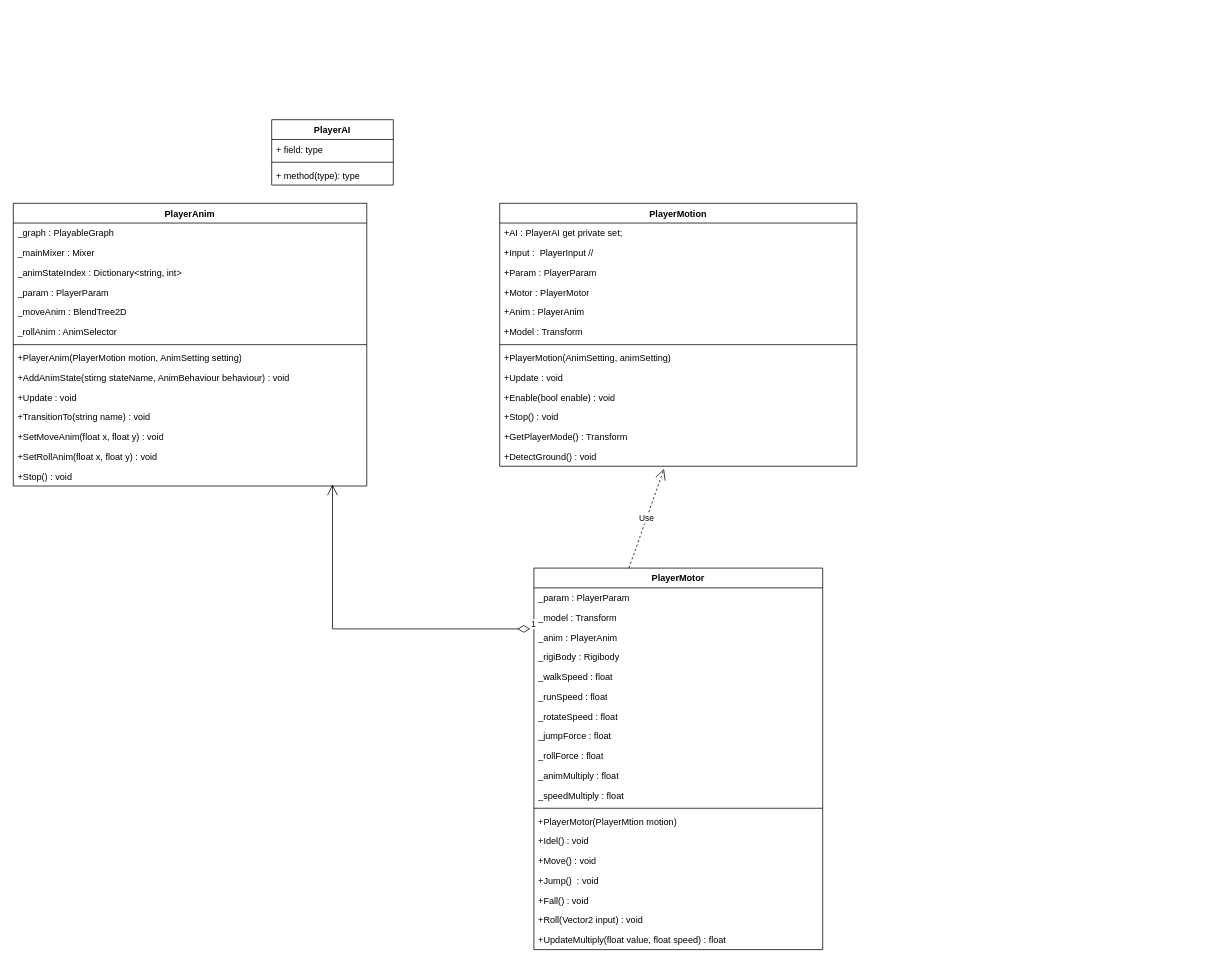
QAQSly/QAQSly keeps this draw.io diagram as Motion.drawio. Above is the earlier version. Source tidied: cells renumbered, new cells numbered last; positions are measured from the earlier drawing's top-left corner, leaving out a move shared by most shapes. Both pictures are drawn from the tidied source at 76%, with x=0, y=0 at pixel (13, 119).
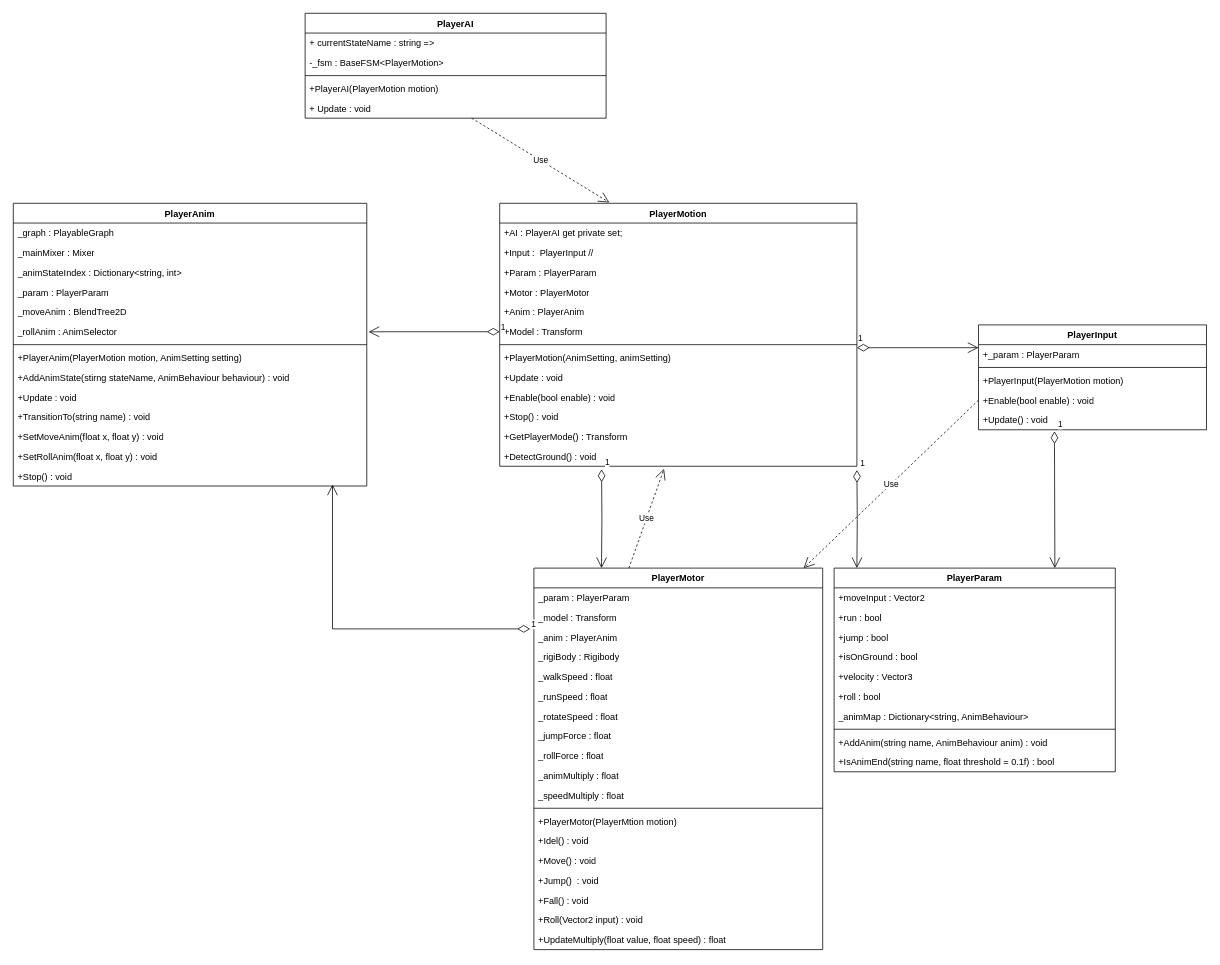
After the change.

Unchanged cells that the change refers to:
```xml
<mxCell id="8" value="_rollAnim : AnimSelector" style="text;strokeColor=none;fillColor=none;align=left;verticalAlign=top;spacingLeft=4;spacingRight=4;overflow=hidden;points=[[0,0.5],[1,0.5]];portConstraint=eastwest;whiteSpace=wrap;html=1;" parent="2" vertex="1">
  <mxGeometry y="156" width="465.1" height="26" as="geometry" />
</mxCell>
<mxCell id="21" value="PlayerMotion" style="swimlane;fontStyle=1;align=center;verticalAlign=top;horizontal=1;startSize=26;whiteSpace=wrap;html=1;" parent="1" vertex="1">
  <mxGeometry x="640" y="110" width="470" height="346" as="geometry" />
</mxCell>
<mxCell id="27" value="+Model : Transform" style="text;strokeColor=none;fillColor=none;align=left;verticalAlign=top;spacingLeft=4;spacingRight=4;overflow=hidden;points=[[0,0.5],[1,0.5]];portConstraint=eastwest;whiteSpace=wrap;html=1;" parent="21" vertex="1">
  <mxGeometry y="156" width="470" height="26" as="geometry" />
</mxCell>
<mxCell id="35" value="PlayerMotor" style="swimlane;fontStyle=1;align=center;verticalAlign=top;horizontal=1;startSize=26;whiteSpace=wrap;html=1;" parent="1" vertex="1">
  <mxGeometry x="685" y="590" width="380" height="502" as="geometry" />
</mxCell>
```

What changed in the source:
```diff
@@
     <mxCell id="17" value="PlayerAI" style="swimlane;fontStyle=1;align=center;verticalAlign=top;horizontal=1;startSize=26;whiteSpace=wrap;html=1;" parent="1" vertex="1">
-      <mxGeometry x="340" width="160" height="86" as="geometry" />
+      <mxGeometry x="384" y="-140" width="396" height="138" as="geometry" />
     </mxCell>
-    <mxCell id="18" value="+ field: type" style="text;strokeColor=none;fillColor=none;align=left;verticalAlign=top;spacingLeft=4;spacingRight=4;overflow=hidden;whiteSpace=wrap;html=1;" parent="17" vertex="1">
-      <mxGeometry y="26" width="160" height="26" as="geometry" />
+    <mxCell id="18" value="+ currentStateName : string =&amp;gt;" style="text;strokeColor=none;fillColor=none;align=left;verticalAlign=top;spacingLeft=4;spacingRight=4;overflow=hidden;whiteSpace=wrap;html=1;" parent="17" vertex="1">
+      <mxGeometry y="26" width="396" height="26" as="geometry" />
     </mxCell>
+    <mxCell id="57" value="-_fsm : BaseFSM&amp;lt;PlayerMotion&amp;gt;" style="text;strokeColor=none;fillColor=none;align=left;verticalAlign=top;spacingLeft=4;spacingRight=4;overflow=hidden;whiteSpace=wrap;html=1;" parent="17" vertex="1">
+      <mxGeometry y="52" width="396" height="26" as="geometry" />
+    </mxCell>
     <mxCell id="19" style="line;strokeWidth=1;fillColor=none;align=left;verticalAlign=middle;spacingTop=-1;spacingLeft=3;spacingRight=3;labelPosition=right;strokeColor=inherit;" parent="17" vertex="1">
-      <mxGeometry y="52" width="160" height="8" as="geometry" />
+      <mxGeometry y="78" width="396" height="8" as="geometry" />
     </mxCell>
-    <mxCell id="20" value="+ method(type): type" style="text;strokeColor=none;fillColor=none;align=left;verticalAlign=top;spacingLeft=4;spacingRight=4;overflow=hidden;whiteSpace=wrap;html=1;" parent="17" vertex="1">
-      <mxGeometry y="60" width="160" height="26" as="geometry" />
+    <mxCell id="20" value="+PlayerAI(PlayerMotion motion)" style="text;strokeColor=none;fillColor=none;align=left;verticalAlign=top;spacingLeft=4;spacingRight=4;overflow=hidden;whiteSpace=wrap;html=1;" parent="17" vertex="1">
+      <mxGeometry y="86" width="396" height="26" as="geometry" />
     </mxCell>
+    <mxCell id="58" value="+ Update : void" style="text;strokeColor=none;fillColor=none;align=left;verticalAlign=top;spacingLeft=4;spacingRight=4;overflow=hidden;points=[[0,0.5],[1,0.5]];portConstraint=eastwest;whiteSpace=wrap;html=1;" parent="17" vertex="1">
+      <mxGeometry y="112" width="396" height="26" as="geometry" />
+    </mxCell>
@@
+    <mxCell id="59" value="Use" style="endArrow=open;endSize=12;dashed=1;html=1;rounded=0;entryX=0.307;entryY=-0.003;entryDx=0;entryDy=0;entryPerimeter=0;" parent="1" edge="1" source="58" target="21">
+      <mxGeometry relative="1" as="geometry" />
+    </mxCell>
+    <mxCell id="60" value="PlayerParam" style="swimlane;fontStyle=1;align=center;verticalAlign=top;horizontal=1;startSize=26;whiteSpace=wrap;html=1;" parent="1" vertex="1">
+      <mxGeometry x="1080" y="590" width="370" height="268" as="geometry" />
+    </mxCell>
+    <mxCell id="61" value="+moveInput : Vector2" style="text;strokeColor=none;fillColor=none;align=left;verticalAlign=top;spacingLeft=4;spacingRight=4;overflow=hidden;whiteSpace=wrap;html=1;" parent="60" vertex="1">
+      <mxGeometry y="26" width="370" height="26" as="geometry" />
+    </mxCell>
+    <mxCell id="62" value="+run : bool" style="text;strokeColor=none;fillColor=none;align=left;verticalAlign=top;spacingLeft=4;spacingRight=4;overflow=hidden;whiteSpace=wrap;html=1;" parent="60" vertex="1">
+      <mxGeometry y="52" width="370" height="26" as="geometry" />
+    </mxCell>
+    <mxCell id="63" value="+jump : bool" style="text;strokeColor=none;fillColor=none;align=left;verticalAlign=top;spacingLeft=4;spacingRight=4;overflow=hidden;whiteSpace=wrap;html=1;" parent="60" vertex="1">
+      <mxGeometry y="78" width="370" height="26" as="geometry" />
+    </mxCell>
+    <mxCell id="64" value="+isOnGround : bool" style="text;strokeColor=none;fillColor=none;align=left;verticalAlign=top;spacingLeft=4;spacingRight=4;overflow=hidden;whiteSpace=wrap;html=1;" parent="60" vertex="1">
+      <mxGeometry y="104" width="370" height="26" as="geometry" />
+    </mxCell>
+    <mxCell id="65" value="+velocity : Vector3" style="text;strokeColor=none;fillColor=none;align=left;verticalAlign=top;spacingLeft=4;spacingRight=4;overflow=hidden;whiteSpace=wrap;html=1;" parent="60" vertex="1">
+      <mxGeometry y="130" width="370" height="26" as="geometry" />
+    </mxCell>
+    <mxCell id="66" value="+roll : bool" style="text;strokeColor=none;fillColor=none;align=left;verticalAlign=top;spacingLeft=4;spacingRight=4;overflow=hidden;whiteSpace=wrap;html=1;" parent="60" vertex="1">
+      <mxGeometry y="156" width="370" height="26" as="geometry" />
+    </mxCell>
+    <mxCell id="67" value="_animMap : Dictionary&amp;lt;string, AnimBehaviour&amp;gt;" style="text;strokeColor=none;fillColor=none;align=left;verticalAlign=top;spacingLeft=4;spacingRight=4;overflow=hidden;whiteSpace=wrap;html=1;" parent="60" vertex="1">
+      <mxGeometry y="182" width="370" height="26" as="geometry" />
+    </mxCell>
+    <mxCell id="68" style="line;strokeWidth=1;fillColor=none;align=left;verticalAlign=middle;spacingTop=-1;spacingLeft=3;spacingRight=3;labelPosition=right;strokeColor=inherit;" parent="60" vertex="1">
+      <mxGeometry y="208" width="370" height="8" as="geometry" />
+    </mxCell>
+    <mxCell id="69" value="+AddAnim(string name, AnimBehaviour anim) : void" style="text;strokeColor=none;fillColor=none;align=left;verticalAlign=top;spacingLeft=4;spacingRight=4;overflow=hidden;whiteSpace=wrap;html=1;" parent="60" vertex="1">
+      <mxGeometry y="216" width="370" height="26" as="geometry" />
+    </mxCell>
+    <mxCell id="70" value="+IsAnimEnd(string name, float threshold = 0.1f) : bool" style="text;strokeColor=none;fillColor=none;align=left;verticalAlign=top;spacingLeft=4;spacingRight=4;overflow=hidden;whiteSpace=wrap;html=1;" parent="60" vertex="1">
+      <mxGeometry y="242" width="370" height="26" as="geometry" />
+    </mxCell>
+    <mxCell id="71" value="1" style="endArrow=open;html=1;endSize=12;startArrow=diamondThin;startSize=14;startFill=0;edgeStyle=orthogonalEdgeStyle;align=left;verticalAlign=bottom;rounded=0;entryX=0.234;entryY=0;entryDx=0;entryDy=0;entryPerimeter=0;" parent="1" edge="1" target="35">
+      <mxGeometry x="-1" y="3" relative="1" as="geometry">
+        <mxPoint x="774" y="460" as="sourcePoint" />
+      </mxGeometry>
+    </mxCell>
+    <mxCell id="72" value="1" style="endArrow=open;html=1;endSize=12;startArrow=diamondThin;startSize=14;startFill=0;edgeStyle=orthogonalEdgeStyle;align=left;verticalAlign=bottom;rounded=0;entryX=0.081;entryY=0;entryDx=0;entryDy=0;entryPerimeter=0;" parent="1" edge="1" target="60">
+      <mxGeometry x="-1" y="3" relative="1" as="geometry">
+        <mxPoint x="1110" y="461" as="sourcePoint" />
+      </mxGeometry>
+    </mxCell>
+    <mxCell id="73" value="1" style="endArrow=open;html=1;endSize=12;startArrow=diamondThin;startSize=14;startFill=0;edgeStyle=orthogonalEdgeStyle;align=left;verticalAlign=bottom;rounded=0;exitX=0;exitY=0.5;exitDx=0;exitDy=0;entryX=1.005;entryY=0.507;entryDx=0;entryDy=0;entryPerimeter=0;" parent="1" edge="1" source="27" target="8">
+      <mxGeometry x="-1" y="3" relative="1" as="geometry">
+        <Array as="points">
+          <mxPoint x="490" y="279" />
+        </Array>
+      </mxGeometry>
+    </mxCell>
+    <mxCell id="74" value="PlayerInput" style="swimlane;fontStyle=1;align=center;verticalAlign=top;horizontal=1;startSize=26;whiteSpace=wrap;html=1;" parent="1" vertex="1">
+      <mxGeometry x="1270" y="270" width="300" height="138" as="geometry" />
+    </mxCell>
+    <mxCell id="75" value="+_param : PlayerParam" style="text;strokeColor=none;fillColor=none;align=left;verticalAlign=top;spacingLeft=4;spacingRight=4;overflow=hidden;whiteSpace=wrap;html=1;" parent="74" vertex="1">
+      <mxGeometry y="26" width="300" height="26" as="geometry" />
+    </mxCell>
+    <mxCell id="76" style="line;strokeWidth=1;fillColor=none;align=left;verticalAlign=middle;spacingTop=-1;spacingLeft=3;spacingRight=3;labelPosition=right;strokeColor=inherit;" parent="74" vertex="1">
+      <mxGeometry y="52" width="300" height="8" as="geometry" />
+    </mxCell>
+    <mxCell id="77" value="+PlayerInput(PlayerMotion motion)" style="text;strokeColor=none;fillColor=none;align=left;verticalAlign=top;spacingLeft=4;spacingRight=4;overflow=hidden;whiteSpace=wrap;html=1;" parent="74" vertex="1">
+      <mxGeometry y="60" width="300" height="26" as="geometry" />
+    </mxCell>
+    <mxCell id="78" value="+Enable(bool enable) : void" style="text;strokeColor=none;fillColor=none;align=left;verticalAlign=top;spacingLeft=4;spacingRight=4;overflow=hidden;points=[[0,0.5],[1,0.5]];portConstraint=eastwest;whiteSpace=wrap;html=1;" parent="74" vertex="1">
+      <mxGeometry y="86" width="300" height="26" as="geometry" />
+    </mxCell>
+    <mxCell id="79" value="+Update() : void" style="text;strokeColor=none;fillColor=none;align=left;verticalAlign=top;spacingLeft=4;spacingRight=4;overflow=hidden;whiteSpace=wrap;html=1;" parent="74" vertex="1">
+      <mxGeometry y="112" width="300" height="26" as="geometry" />
+    </mxCell>
+    <mxCell id="80" value="1" style="endArrow=open;html=1;endSize=12;startArrow=diamondThin;startSize=14;startFill=0;edgeStyle=orthogonalEdgeStyle;align=left;verticalAlign=bottom;rounded=0;" parent="1" edge="1">
+      <mxGeometry x="-1" y="3" relative="1" as="geometry">
+        <mxPoint x="1110" y="300" as="sourcePoint" />
+        <mxPoint x="1270" y="300" as="targetPoint" />
+      </mxGeometry>
+    </mxCell>
+    <mxCell id="81" value="1" style="endArrow=open;html=1;endSize=12;startArrow=diamondThin;startSize=14;startFill=0;edgeStyle=orthogonalEdgeStyle;align=left;verticalAlign=bottom;rounded=0;entryX=0.785;entryY=-0.013;entryDx=0;entryDy=0;entryPerimeter=0;" parent="1" edge="1">
+      <mxGeometry x="-1" y="3" relative="1" as="geometry">
+        <mxPoint x="1370" y="410" as="sourcePoint" />
+        <mxPoint x="1370.5" y="590" as="targetPoint" />
+        <Array as="points">
+          <mxPoint x="1370" y="430" />
+        </Array>
+      </mxGeometry>
+    </mxCell>
+    <mxCell id="82" value="Use" style="endArrow=open;endSize=12;dashed=1;html=1;rounded=0;entryX=0.934;entryY=0;entryDx=0;entryDy=0;entryPerimeter=0;exitX=0;exitY=0.5;exitDx=0;exitDy=0;" parent="1" edge="1" source="78" target="35">
+      <mxGeometry relative="1" as="geometry" />
+    </mxCell>
```
